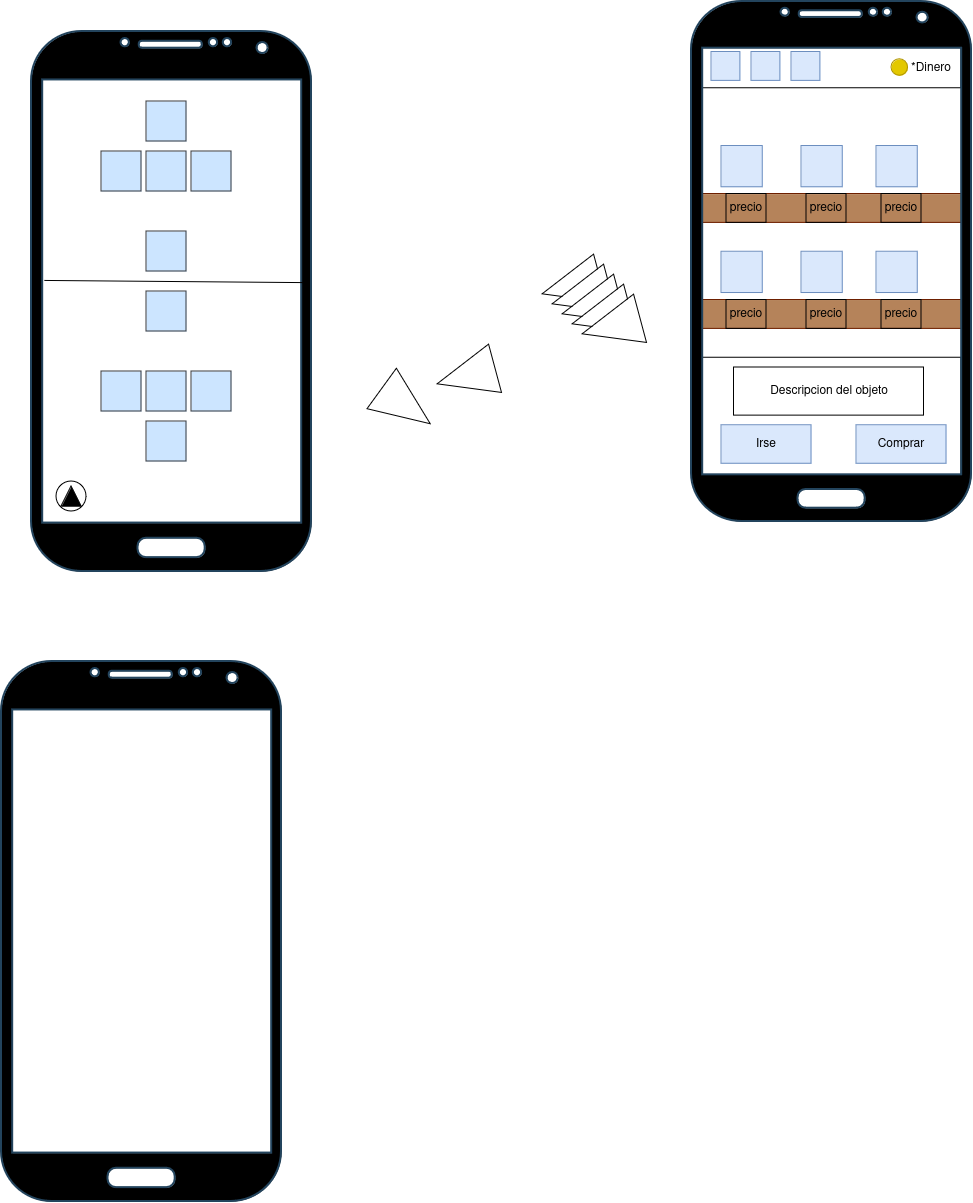
Above: Imagenes/visuales.png in gian700/Beastdeck (draw.io), before the change. Source tidied: cells renumbered, new cells last; positions are measured from the earlier drawing's top-left corner, leaving out a move shared by most shapes.
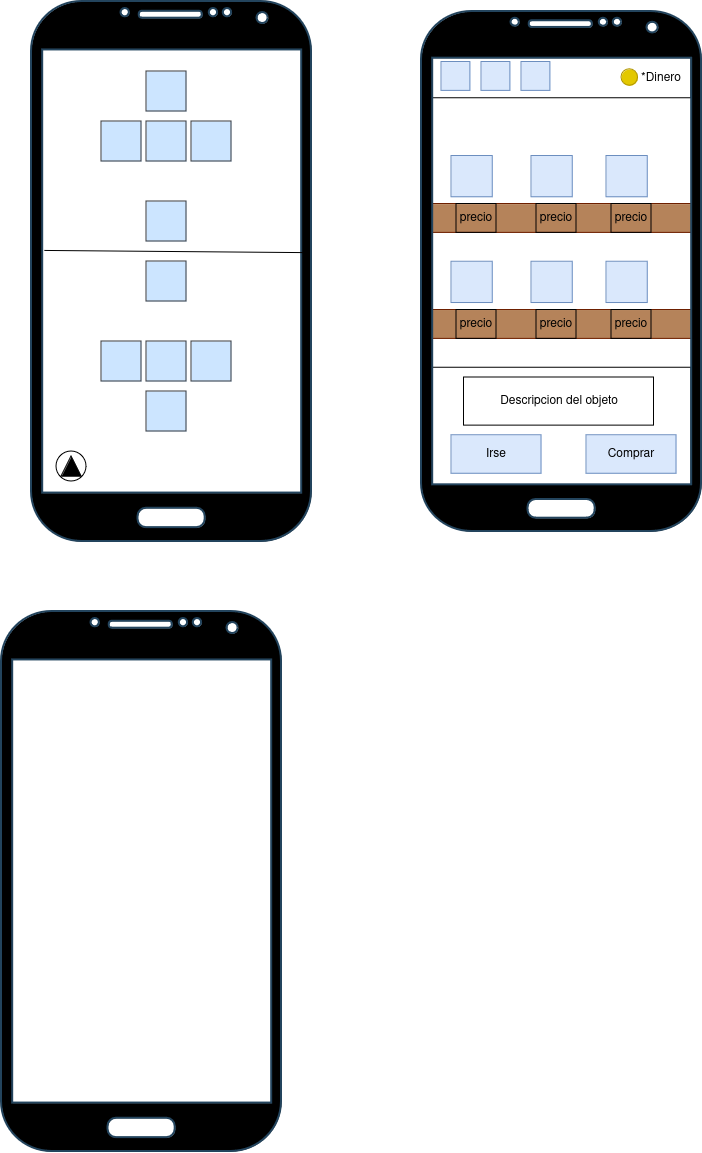
After the change.

What changed in the source:
```diff
@@ -3,7 +3,7 @@
     <mxCell id="0" />
     <mxCell id="1" parent="0" />
     <mxCell id="2" style="group;" parent="1" vertex="1">
-      <mxGeometry x="30" y="30" width="280" height="540" as="geometry" />
+      <mxGeometry x="30" y="50" width="280" height="540" as="geometry" />
     </mxCell>
     <mxCell id="3" style="ellipse;whiteSpace=wrap;html=1;" parent="2" vertex="1">
       <mxGeometry x="25" y="450" width="30" height="30" as="geometry" />
@@ -51,7 +51,7 @@
       <mxGeometry y="660" width="280" height="540" as="geometry" />
     </mxCell>
     <mxCell id="18" style="group;" parent="1" vertex="1">
-      <mxGeometry x="690" width="280" height="520" as="geometry" />
+      <mxGeometry x="420" y="60" width="280" height="520" as="geometry" />
     </mxCell>
     <mxCell id="19" style="rounded=0;whiteSpace=wrap;html=1;fillColor=#B5835A;fontColor=#ffffff;strokeColor=#6D1F00;" parent="18" vertex="1">
       <mxGeometry x="5" y="192.6" width="270" height="28.9" as="geometry" />
@@ -128,26 +128,5 @@
     <mxCell id="43" style="whiteSpace=wrap;html=1;fillColor=#dae8fc;strokeColor=#6c8ebf;" parent="18" vertex="1">
       <mxGeometry x="100" y="50.6" width="28.9" height="28.9" as="geometry" />
     </mxCell>
-    <mxCell id="44" style="triangle;whiteSpace=wrap;html=1;rotation=-195;" parent="1" vertex="1">
-      <mxGeometry x="540" y="260" width="60" height="50" as="geometry" />
-    </mxCell>
-    <mxCell id="45" style="triangle;whiteSpace=wrap;html=1;rotation=-195;" parent="1" vertex="1">
-      <mxGeometry x="550" y="270" width="60" height="50" as="geometry" />
-    </mxCell>
-    <mxCell id="46" style="triangle;whiteSpace=wrap;html=1;rotation=-195;" parent="1" vertex="1">
-      <mxGeometry x="560" y="280" width="60" height="50" as="geometry" />
-    </mxCell>
-    <mxCell id="47" style="triangle;whiteSpace=wrap;html=1;rotation=-195;" parent="1" vertex="1">
-      <mxGeometry x="570" y="290" width="60" height="50" as="geometry" />
-    </mxCell>
-    <mxCell id="48" style="triangle;whiteSpace=wrap;html=1;rotation=-195;" parent="1" vertex="1">
-      <mxGeometry x="580" y="300" width="60" height="50" as="geometry" />
-    </mxCell>
-    <mxCell id="49" style="triangle;whiteSpace=wrap;html=1;rotation=-195;" parent="1" vertex="1">
-      <mxGeometry x="435" y="350" width="60" height="50" as="geometry" />
-    </mxCell>
-    <mxCell id="50" style="triangle;whiteSpace=wrap;html=1;rotation=36;" parent="1" vertex="1">
-      <mxGeometry x="375" y="380" width="60" height="50" as="geometry" />
-    </mxCell>
   </root>
 </mxGraphModel>
```
